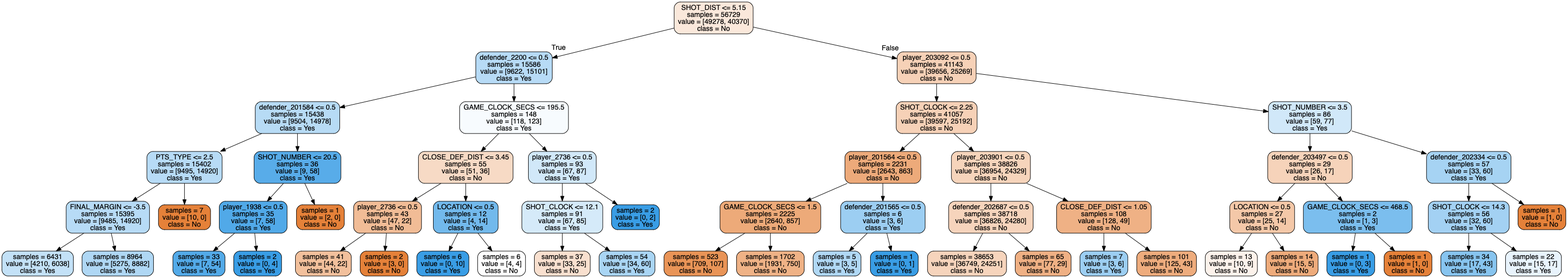
Earlier version of the Graphviz export forest_tree_new2.png (tianyi5309/303project). Its source is kept beside it as forest_tree_new2.dot.
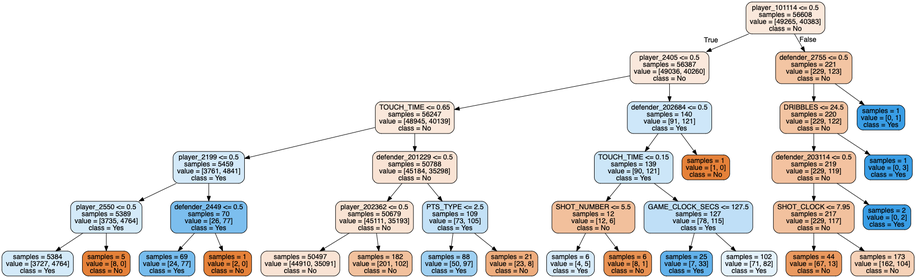
The same diagram one commit later.

Diff of the diagram source:
```diff
@@ -1,113 +1,73 @@
 digraph Tree {
 node [shape=box, style="filled, rounded", color="black", fontname=helvetica] ;
 edge [fontname=helvetica] ;
-0 [label="SHOT_DIST <= 5.15\nsamples = 56729\nvalue = [49278, 40370]\nclass = No", fillcolor="#fae8db"] ;
-1 [label="defender_2200 <= 0.5\nsamples = 15586\nvalue = [9622, 15101]\nclass = Yes", fillcolor="#b7dbf6"] ;
+0 [label="player_101114 <= 0.5\nsamples = 56608\nvalue = [49265, 40383]\nclass = No", fillcolor="#fae8db"] ;
+1 [label="player_2405 <= 0.5\nsamples = 56387\nvalue = [49036, 40260]\nclass = No", fillcolor="#fae8dc"] ;
 0 -> 1 [labeldistance=2.5, labelangle=45, headlabel="True"] ;
-2 [label="defender_201584 <= 0.5\nsamples = 15438\nvalue = [9504, 14978]\nclass = Yes", fillcolor="#b7dbf5"] ;
+2 [label="TOUCH_TIME <= 0.65\nsamples = 56247\nvalue = [48945, 40139]\nclass = No", fillcolor="#fae8db"] ;
 1 -> 2 ;
-3 [label="PTS_TYPE <= 2.5\nsamples = 15402\nvalue = [9495, 14920]\nclass = Yes", fillcolor="#b7dbf6"] ;
+3 [label="player_2199 <= 0.5\nsamples = 5459\nvalue = [3761, 4841]\nclass = Yes", fillcolor="#d3e9f9"] ;
 2 -> 3 ;
-4 [label="FINAL_MARGIN <= -3.5\nsamples = 15395\nvalue = [9485, 14920]\nclass = Yes", fillcolor="#b7dbf6"] ;
+4 [label="player_2550 <= 0.5\nsamples = 5389\nvalue = [3735, 4764]\nclass = Yes", fillcolor="#d4eaf9"] ;
 3 -> 4 ;
-5 [label="samples = 6431\nvalue = [4210, 6038]\nclass = Yes", fillcolor="#c3e1f7"] ;
+5 [label="samples = 5384\nvalue = [3727, 4764]\nclass = Yes", fillcolor="#d4eaf9"] ;
 4 -> 5 ;
-6 [label="samples = 8964\nvalue = [5275, 8882]\nclass = Yes", fillcolor="#afd7f4"] ;
+6 [label="samples = 5\nvalue = [8, 0]\nclass = No", fillcolor="#e58139"] ;
 4 -> 6 ;
-7 [label="samples = 7\nvalue = [10, 0]\nclass = No", fillcolor="#e58139"] ;
+7 [label="defender_2449 <= 0.5\nsamples = 70\nvalue = [26, 77]\nclass = Yes", fillcolor="#7cbeee"] ;
 3 -> 7 ;
-8 [label="SHOT_NUMBER <= 20.5\nsamples = 36\nvalue = [9, 58]\nclass = Yes", fillcolor="#58ace9"] ;
-2 -> 8 ;
-9 [label="player_1938 <= 0.5\nsamples = 35\nvalue = [7, 58]\nclass = Yes", fillcolor="#51a9e8"] ;
-8 -> 9 ;
-10 [label="samples = 33\nvalue = [7, 54]\nclass = Yes", fillcolor="#53aae8"] ;
-9 -> 10 ;
-11 [label="samples = 2\nvalue = [0, 4]\nclass = Yes", fillcolor="#399de5"] ;
-9 -> 11 ;
-12 [label="samples = 1\nvalue = [2, 0]\nclass = No", fillcolor="#e58139"] ;
-8 -> 12 ;
-13 [label="GAME_CLOCK_SECS <= 195.5\nsamples = 148\nvalue = [118, 123]\nclass = Yes", fillcolor="#f7fbfe"] ;
-1 -> 13 ;
-14 [label="CLOSE_DEF_DIST <= 3.45\nsamples = 55\nvalue = [51, 36]\nclass = No", fillcolor="#f7dac5"] ;
-13 -> 14 ;
-15 [label="player_2736 <= 0.5\nsamples = 43\nvalue = [47, 22]\nclass = No", fillcolor="#f1bc96"] ;
+8 [label="samples = 69\nvalue = [24, 77]\nclass = Yes", fillcolor="#77bced"] ;
+7 -> 8 ;
+9 [label="samples = 1\nvalue = [2, 0]\nclass = No", fillcolor="#e58139"] ;
+7 -> 9 ;
+10 [label="defender_201229 <= 0.5\nsamples = 50788\nvalue = [45184, 35298]\nclass = No", fillcolor="#f9e3d4"] ;
+2 -> 10 ;
+11 [label="player_202362 <= 0.5\nsamples = 50679\nvalue = [45111, 35193]\nclass = No", fillcolor="#f9e3d3"] ;
+10 -> 11 ;
+12 [label="samples = 50497\nvalue = [44910, 35091]\nclass = No", fillcolor="#f9e3d4"] ;
+11 -> 12 ;
+13 [label="samples = 182\nvalue = [201, 102]\nclass = No", fillcolor="#f2c19d"] ;
+11 -> 13 ;
+14 [label="PTS_TYPE <= 2.5\nsamples = 109\nvalue = [73, 105]\nclass = Yes", fillcolor="#c3e1f7"] ;
+10 -> 14 ;
+15 [label="samples = 88\nvalue = [50, 97]\nclass = Yes", fillcolor="#9fd0f2"] ;
 14 -> 15 ;
-16 [label="samples = 41\nvalue = [44, 22]\nclass = No", fillcolor="#f2c09c"] ;
-15 -> 16 ;
-17 [label="samples = 2\nvalue = [3, 0]\nclass = No", fillcolor="#e58139"] ;
-15 -> 17 ;
-18 [label="LOCATION <= 0.5\nsamples = 12\nvalue = [4, 14]\nclass = Yes", fillcolor="#72b9ec"] ;
-14 -> 18 ;
-19 [label="samples = 6\nvalue = [0, 10]\nclass = Yes", fillcolor="#399de5"] ;
+16 [label="samples = 21\nvalue = [23, 8]\nclass = No", fillcolor="#eead7e"] ;
+14 -> 16 ;
+17 [label="defender_202684 <= 0.5\nsamples = 140\nvalue = [91, 121]\nclass = Yes", fillcolor="#cee7f9"] ;
+1 -> 17 ;
+18 [label="TOUCH_TIME <= 0.15\nsamples = 139\nvalue = [90, 121]\nclass = Yes", fillcolor="#cce6f8"] ;
+17 -> 18 ;
+19 [label="SHOT_NUMBER <= 5.5\nsamples = 12\nvalue = [12, 6]\nclass = No", fillcolor="#f2c09c"] ;
 18 -> 19 ;
-20 [label="samples = 6\nvalue = [4, 4]\nclass = No", fillcolor="#ffffff"] ;
-18 -> 20 ;
-21 [label="player_2736 <= 0.5\nsamples = 93\nvalue = [67, 87]\nclass = Yes", fillcolor="#d1e8f9"] ;
-13 -> 21 ;
-22 [label="SHOT_CLOCK <= 12.1\nsamples = 91\nvalue = [67, 85]\nclass = Yes", fillcolor="#d5eaf9"] ;
-21 -> 22 ;
-23 [label="samples = 37\nvalue = [33, 25]\nclass = No", fillcolor="#f9e0cf"] ;
+20 [label="samples = 6\nvalue = [4, 5]\nclass = Yes", fillcolor="#d7ebfa"] ;
+19 -> 20 ;
+21 [label="samples = 6\nvalue = [8, 1]\nclass = No", fillcolor="#e89152"] ;
+19 -> 21 ;
+22 [label="GAME_CLOCK_SECS <= 127.5\nsamples = 127\nvalue = [78, 115]\nclass = Yes", fillcolor="#bfdff7"] ;
+18 -> 22 ;
+23 [label="samples = 25\nvalue = [7, 33]\nclass = Yes", fillcolor="#63b2eb"] ;
 22 -> 23 ;
-24 [label="samples = 54\nvalue = [34, 60]\nclass = Yes", fillcolor="#a9d5f4"] ;
+24 [label="samples = 102\nvalue = [71, 82]\nclass = Yes", fillcolor="#e4f2fc"] ;
 22 -> 24 ;
-25 [label="samples = 2\nvalue = [0, 2]\nclass = Yes", fillcolor="#399de5"] ;
-21 -> 25 ;
-26 [label="player_203092 <= 0.5\nsamples = 41143\nvalue = [39656, 25269]\nclass = No", fillcolor="#f6d1b7"] ;
+25 [label="samples = 1\nvalue = [1, 0]\nclass = No", fillcolor="#e58139"] ;
+17 -> 25 ;
+26 [label="defender_2755 <= 0.5\nsamples = 221\nvalue = [229, 123]\nclass = No", fillcolor="#f3c5a3"] ;
 0 -> 26 [labeldistance=2.5, labelangle=-45, headlabel="False"] ;
-27 [label="SHOT_CLOCK <= 2.25\nsamples = 41057\nvalue = [39597, 25192]\nclass = No", fillcolor="#f6d1b7"] ;
+27 [label="DRIBBLES <= 24.5\nsamples = 220\nvalue = [229, 122]\nclass = No", fillcolor="#f3c4a2"] ;
 26 -> 27 ;
-28 [label="player_201564 <= 0.5\nsamples = 2231\nvalue = [2643, 863]\nclass = No", fillcolor="#edaa7a"] ;
+28 [label="defender_203114 <= 0.5\nsamples = 219\nvalue = [229, 119]\nclass = No", fillcolor="#f3c2a0"] ;
 27 -> 28 ;
-29 [label="GAME_CLOCK_SECS <= 1.5\nsamples = 2225\nvalue = [2640, 857]\nclass = No", fillcolor="#edaa79"] ;
+29 [label="SHOT_CLOCK <= 7.95\nsamples = 217\nvalue = [229, 117]\nclass = No", fillcolor="#f2c19e"] ;
 28 -> 29 ;
-30 [label="samples = 523\nvalue = [709, 107]\nclass = No", fillcolor="#e99457"] ;
+30 [label="samples = 44\nvalue = [67, 13]\nclass = No", fillcolor="#ea995f"] ;
 29 -> 30 ;
-31 [label="samples = 1702\nvalue = [1931, 750]\nclass = No", fillcolor="#efb286"] ;
+31 [label="samples = 173\nvalue = [162, 104]\nclass = No", fillcolor="#f6d2b8"] ;
 29 -> 31 ;
-32 [label="defender_201565 <= 0.5\nsamples = 6\nvalue = [3, 6]\nclass = Yes", fillcolor="#9ccef2"] ;
+32 [label="samples = 2\nvalue = [0, 2]\nclass = Yes", fillcolor="#399de5"] ;
 28 -> 32 ;
-33 [label="samples = 5\nvalue = [3, 5]\nclass = Yes", fillcolor="#b0d8f5"] ;
-32 -> 33 ;
+33 [label="samples = 1\nvalue = [0, 3]\nclass = Yes", fillcolor="#399de5"] ;
+27 -> 33 ;
 34 [label="samples = 1\nvalue = [0, 1]\nclass = Yes", fillcolor="#399de5"] ;
-32 -> 34 ;
-35 [label="player_203901 <= 0.5\nsamples = 38826\nvalue = [36954, 24329]\nclass = No", fillcolor="#f6d4bb"] ;
-27 -> 35 ;
-36 [label="defender_202687 <= 0.5\nsamples = 38718\nvalue = [36826, 24280]\nclass = No", fillcolor="#f6d4bc"] ;
-35 -> 36 ;
-37 [label="samples = 38653\nvalue = [36749, 24251]\nclass = No", fillcolor="#f6d4bc"] ;
-36 -> 37 ;
-38 [label="samples = 65\nvalue = [77, 29]\nclass = No", fillcolor="#efb084"] ;
-36 -> 38 ;
-39 [label="CLOSE_DEF_DIST <= 1.05\nsamples = 108\nvalue = [128, 49]\nclass = No", fillcolor="#efb185"] ;
-35 -> 39 ;
-40 [label="samples = 7\nvalue = [3, 6]\nclass = Yes", fillcolor="#9ccef2"] ;
-39 -> 40 ;
-41 [label="samples = 101\nvalue = [125, 43]\nclass = No", fillcolor="#eeac7d"] ;
-39 -> 41 ;
-42 [label="SHOT_NUMBER <= 3.5\nsamples = 86\nvalue = [59, 77]\nclass = Yes", fillcolor="#d1e8f9"] ;
-26 -> 42 ;
-43 [label="defender_203497 <= 0.5\nsamples = 29\nvalue = [26, 17]\nclass = No", fillcolor="#f6d3ba"] ;
-42 -> 43 ;
-44 [label="LOCATION <= 0.5\nsamples = 27\nvalue = [25, 14]\nclass = No", fillcolor="#f4c8a8"] ;
-43 -> 44 ;
-45 [label="samples = 13\nvalue = [10, 9]\nclass = No", fillcolor="#fcf2eb"] ;
-44 -> 45 ;
-46 [label="samples = 14\nvalue = [15, 5]\nclass = No", fillcolor="#eeab7b"] ;
-44 -> 46 ;
-47 [label="GAME_CLOCK_SECS <= 468.5\nsamples = 2\nvalue = [1, 3]\nclass = Yes", fillcolor="#7bbeee"] ;
-43 -> 47 ;
-48 [label="samples = 1\nvalue = [0, 3]\nclass = Yes", fillcolor="#399de5"] ;
-47 -> 48 ;
-49 [label="samples = 1\nvalue = [1, 0]\nclass = No", fillcolor="#e58139"] ;
-47 -> 49 ;
-50 [label="defender_202334 <= 0.5\nsamples = 57\nvalue = [33, 60]\nclass = Yes", fillcolor="#a6d3f3"] ;
-42 -> 50 ;
-51 [label="SHOT_CLOCK <= 14.3\nsamples = 56\nvalue = [32, 60]\nclass = Yes", fillcolor="#a3d1f3"] ;
-50 -> 51 ;
-52 [label="samples = 34\nvalue = [17, 43]\nclass = Yes", fillcolor="#87c4ef"] ;
-51 -> 52 ;
-53 [label="samples = 22\nvalue = [15, 17]\nclass = Yes", fillcolor="#e8f3fc"] ;
-51 -> 53 ;
-54 [label="samples = 1\nvalue = [1, 0]\nclass = No", fillcolor="#e58139"] ;
-50 -> 54 ;
+26 -> 34 ;
 }
```
